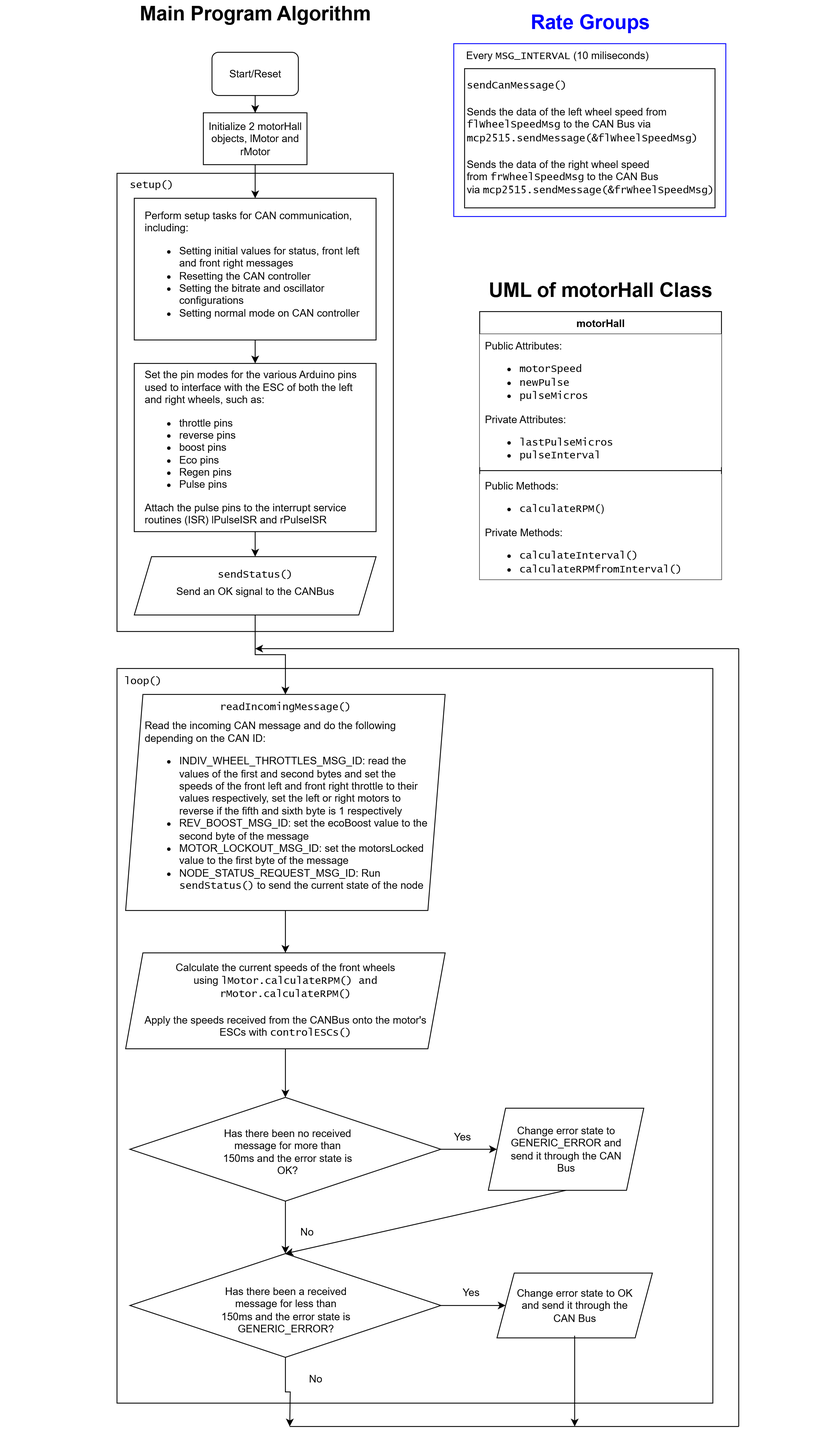
Earlier version of the draw.io export docs/Explanations/img/FWAlgo.drawio.png (EV-Club-SUTD/evam-1-firmware). Source tidied: cells renumbered, new cells last; positions are measured from the earlier drawing's top-left corner, leaving out a move shared by most shapes.
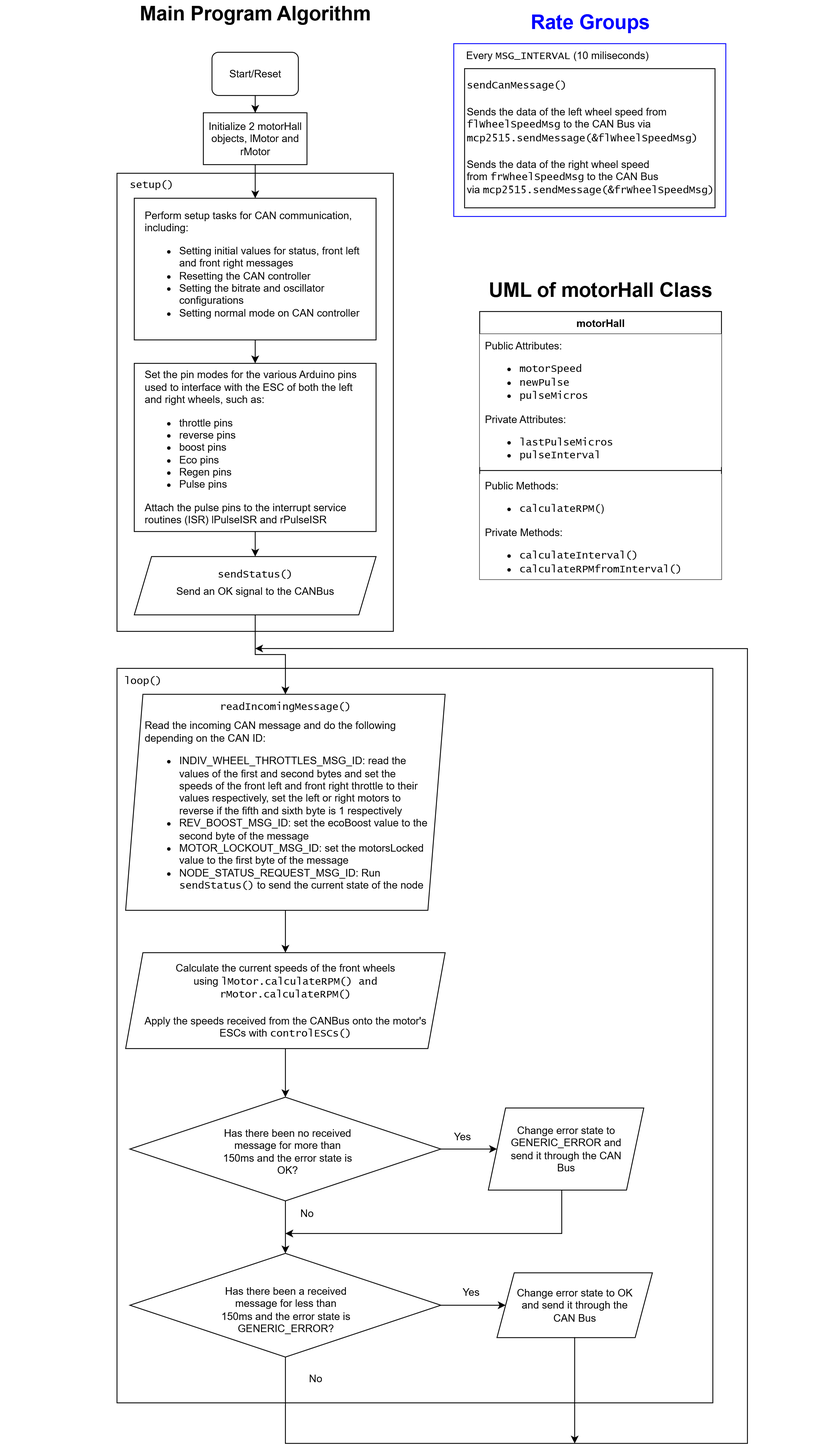
Above is the later version.

Commit message:
Cleaned up the drawio diagrams of the FW and RW modules.

What changed in the source:
```diff
@@ -50,24 +50,6 @@
     <mxCell id="17" value="sendStatus()" style="text;html=1;align=center;verticalAlign=middle;whiteSpace=wrap;rounded=0;fontFamily=Lucida Console;" parent="6" vertex="1">
       <mxGeometry x="110" y="450" width="100" height="30" as="geometry" />
     </mxCell>
-    <mxCell id="18" style="endArrow=none;html=1;rounded=0;" parent="1" edge="1">
-      <mxGeometry relative="1" as="geometry">
-        <mxPoint x="200" y="1650" as="sourcePoint" />
-        <mxPoint x="720" y="1650" as="targetPoint" />
-      </mxGeometry>
-    </mxCell>
-    <mxCell id="19" style="endArrow=none;html=1;rounded=0;" parent="1" edge="1">
-      <mxGeometry relative="1" as="geometry">
-        <mxPoint x="720" y="1650" as="sourcePoint" />
-        <mxPoint x="720" y="750" as="targetPoint" />
-      </mxGeometry>
-    </mxCell>
-    <mxCell id="20" style="endArrow=classic;html=1;rounded=0;" parent="1" edge="1">
-      <mxGeometry relative="1" as="geometry">
-        <mxPoint x="720" y="750" as="sourcePoint" />
-        <mxPoint x="160" y="750" as="targetPoint" />
-      </mxGeometry>
-    </mxCell>
     <mxCell id="21" style="group;rotation=90;" parent="1" vertex="1">
       <mxGeometry y="773" width="690" height="960" as="geometry" />
     </mxCell>
@@ -119,17 +101,31 @@
     <mxCell id="37" style="edgeStyle=orthogonalEdgeStyle;rounded=0;jettySize=auto;html=1;" parent="21" edge="1" source="39" target="43">
       <mxGeometry relative="1" as="geometry" />
     </mxCell>
-    <mxCell id="38" style="edgeStyle=orthogonalEdgeStyle;rounded=0;jettySize=auto;html=1;" parent="21" edge="1" source="39">
-      <mxGeometry relative="1" as="geometry">
-        <mxPoint x="200" y="877" as="targetPoint" />
-      </mxGeometry>
-    </mxCell>
+    <mxCell id="64" style="edgeStyle=orthogonalEdgeStyle;rounded=0;jettySize=auto;html=1;exitX=0.5;exitY=1;exitDx=0;exitDy=0;" parent="21" edge="1" source="39">
+      <mxGeometry relative="1" as="geometry">
+        <mxPoint x="160" y="-23" as="targetPoint" />
+        <Array as="points">
+          <mxPoint x="195" y="897" />
+          <mxPoint x="730" y="897" />
+          <mxPoint x="730" y="-23" />
+        </Array>
+      </mxGeometry>
+    </mxCell>
     <mxCell id="39" style="rhombus;whiteSpace=wrap;html=1;" parent="21" vertex="1">
       <mxGeometry x="15" y="677" width="360" height="120" as="geometry" />
     </mxCell>
     <mxCell id="40" value="No" style="text;html=1;align=center;verticalAlign=middle;whiteSpace=wrap;rounded=0;" parent="21" vertex="1">
-      <mxGeometry x="190" y="637" width="60" height="30" as="geometry" />
+      <mxGeometry x="190" y="616.2" width="60" height="30" as="geometry" />
     </mxCell>
+    <mxCell id="65" style="edgeStyle=orthogonalEdgeStyle;rounded=0;orthogonalLoop=1;jettySize=auto;html=1;" parent="21" edge="1">
+      <mxGeometry relative="1" as="geometry">
+        <mxPoint x="515" y="604" as="sourcePoint" />
+        <mxPoint x="195" y="654" as="targetPoint" />
+        <Array as="points">
+          <mxPoint x="515" y="654" />
+        </Array>
+      </mxGeometry>
+    </mxCell>
     <mxCell id="41" value="Change error state to GENERIC_ERROR and send it through the CAN Bus" style="text;html=1;align=center;verticalAlign=middle;whiteSpace=wrap;rounded=0;" parent="21" vertex="1">
       <mxGeometry x="450" y="512.5" width="140" height="87.5" as="geometry" />
     </mxCell>
@@ -139,20 +135,18 @@
     <mxCell id="43" style="shape=parallelogram;perimeter=parallelogramPerimeter;whiteSpace=wrap;html=1;fixedSize=1;" parent="21" vertex="1">
       <mxGeometry x="440" y="699.5" width="180" height="75" as="geometry" />
     </mxCell>
-    <mxCell id="44" style="edgeStyle=orthogonalEdgeStyle;rounded=0;jettySize=auto;html=1;" parent="21" edge="1" source="45">
-      <mxGeometry relative="1" as="geometry">
-        <mxPoint x="530" y="877" as="targetPoint" />
-      </mxGeometry>
-    </mxCell>
+    <mxCell id="66" style="edgeStyle=orthogonalEdgeStyle;rounded=0;orthogonalLoop=1;jettySize=auto;html=1;exitX=0.5;exitY=1;exitDx=0;exitDy=0;" parent="21" edge="1">
+      <mxGeometry relative="1" as="geometry">
+        <mxPoint x="530" y="774" as="sourcePoint" />
+        <mxPoint x="530" y="897" as="targetPoint" />
+      </mxGeometry>
+    </mxCell>
     <mxCell id="45" value="Change error state to OK and send it through the CAN Bus" style="text;html=1;align=center;verticalAlign=middle;whiteSpace=wrap;rounded=0;" parent="21" vertex="1">
       <mxGeometry x="460" y="702" width="140" height="70" as="geometry" />
     </mxCell>
     <mxCell id="46" value="Yes" style="text;html=1;align=center;verticalAlign=middle;whiteSpace=wrap;rounded=0;" parent="21" vertex="1">
       <mxGeometry x="380" y="707" width="60" height="30" as="geometry" />
     </mxCell>
-    <mxCell id="47" style="endArrow=classic;html=1;rounded=0;exitX=0.5;exitY=1;exitDx=0;exitDy=0;entryX=0.5;entryY=0;entryDx=0;entryDy=0;" parent="21" edge="1" source="35" target="39">
-      <mxGeometry relative="1" as="geometry" />
-    </mxCell>
     <mxCell id="48" value="No" style="text;html=1;align=center;verticalAlign=middle;whiteSpace=wrap;rounded=0;" parent="21" vertex="1">
       <mxGeometry x="200" y="807" width="60" height="30" as="geometry" />
     </mxCell>
```
